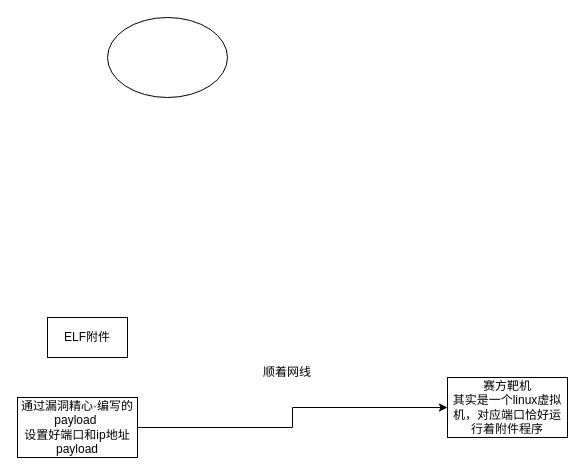
Earlier version of the draw.io diagram 未命名绘图.drawio (xiaofeng789/draw). Source tidied: cells renumbered, new cells numbered last; positions are measured from the earlier drawing's top-left corner, leaving out a move shared by most shapes. Both pictures are drawn from the tidied source at 100%, with x=0, y=0 at pixel (17, 17).
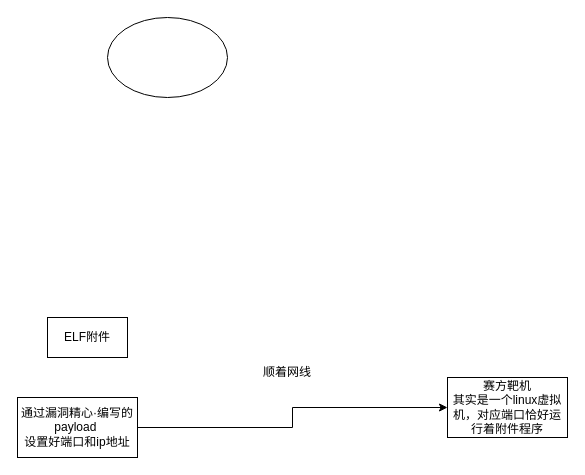
Above is the later version.

Commit message (it also covers changes not shown here):
更新未命名绘图.drawio

Change to the diagram source:
```diff
@@
 <mxGraphModel>
   <root>
     <mxCell id="0" />
     <mxCell id="1" parent="0" />
     <mxCell id="2" value="ELF附件" style="rounded=0;whiteSpace=wrap;html=1;" parent="1" vertex="1">
       <mxGeometry x="30" y="300" width="80" height="40" as="geometry" />
     </mxCell>
     <mxCell id="3" value="赛方靶机&lt;div&gt;其实是一个linux虚拟机，对应端口恰好运行着附件程序&lt;/div&gt;" style="rounded=0;whiteSpace=wrap;html=1;" parent="1" vertex="1">
       <mxGeometry x="430" y="360" width="120" height="60" as="geometry" />
     </mxCell>
     <mxCell id="4" style="edgeStyle=orthogonalEdgeStyle;rounded=0;jettySize=auto;html=1;exitX=1;exitY=0.5;exitDx=0;exitDy=0;entryX=0;entryY=0.5;entryDx=0;entryDy=0;" parent="1" edge="1" source="5" target="3">
       <mxGeometry relative="1" as="geometry" />
     </mxCell>
-    <mxCell id="5" value="通过漏洞精心·编写的payload&amp;nbsp;&lt;div&gt;设置好端口和ip地址&lt;/div&gt;&lt;div&gt;payload&lt;/div&gt;" style="rounded=0;whiteSpace=wrap;html=1;" parent="1" vertex="1">
+    <mxCell id="5" value="通过漏洞精心·编写的payload&amp;nbsp;&lt;div&gt;设置好端口和ip地址&lt;/div&gt;" style="rounded=0;whiteSpace=wrap;html=1;" parent="1" vertex="1">
       <mxGeometry y="380" width="120" height="60" as="geometry" />
     </mxCell>
     <mxCell id="6" value="顺着网线" style="text;strokeColor=none;align=center;fillColor=none;html=1;verticalAlign=middle;whiteSpace=wrap;rounded=0;" parent="1" vertex="1">
       <mxGeometry x="240" y="340" width="60" height="30" as="geometry" />
     </mxCell>
     <mxCell id="7" style="ellipse;whiteSpace=wrap;html=1;" parent="1" vertex="1">
       <mxGeometry x="90" width="120" height="80" as="geometry" />
     </mxCell>
   </root>
 </mxGraphModel>
```
